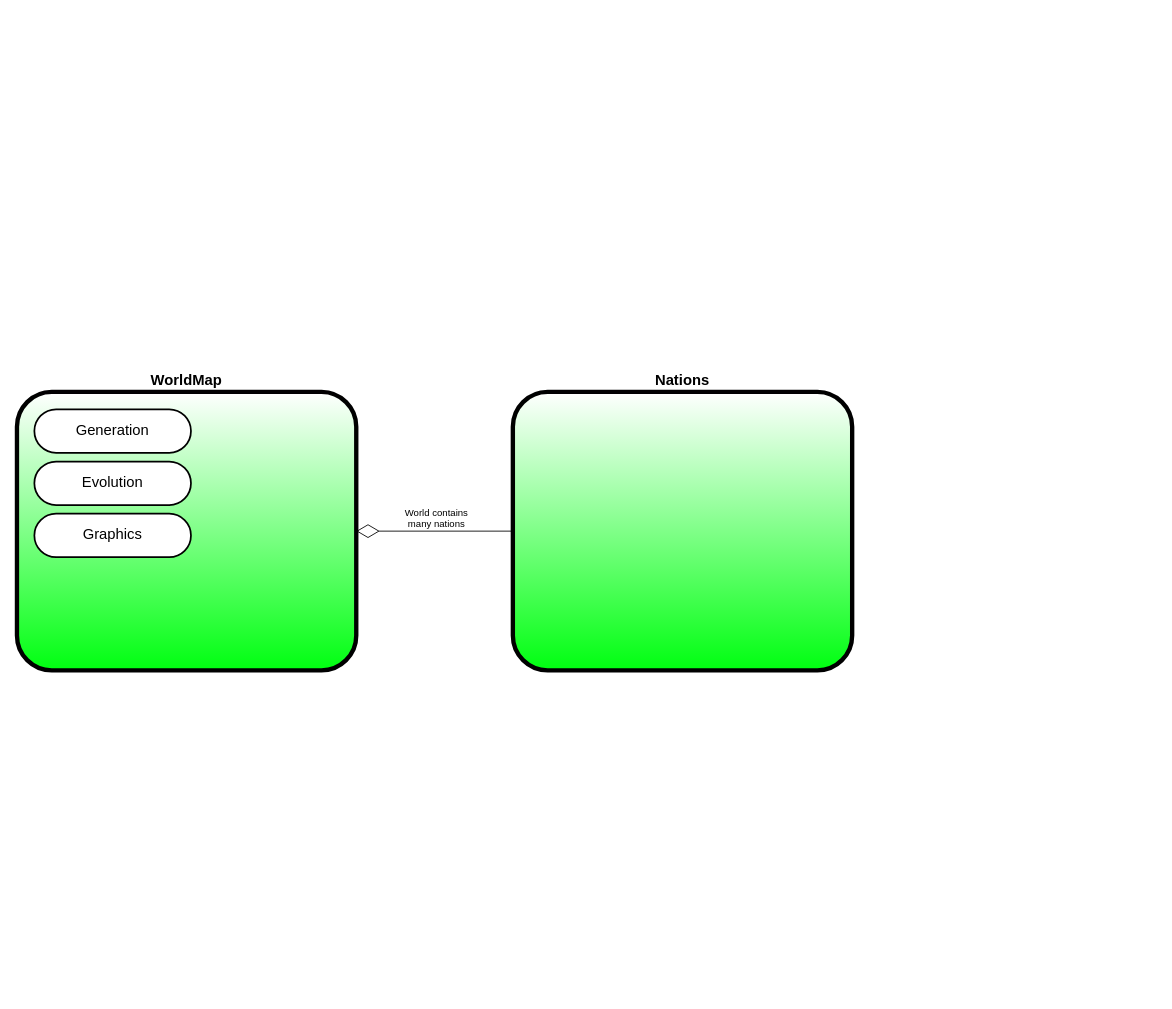
Above: Meta/WSP Design.drawio in BanditBloodwyn/WSP-Reboot (draw.io), before the change. Source tidied: cells renumbered, new cells numbered last; positions are measured from the earlier drawing's top-left corner, leaving out a move shared by most shapes. Both pictures are drawn from the tidied source at 87%, with x=0, y=0 at pixel (17, 392).
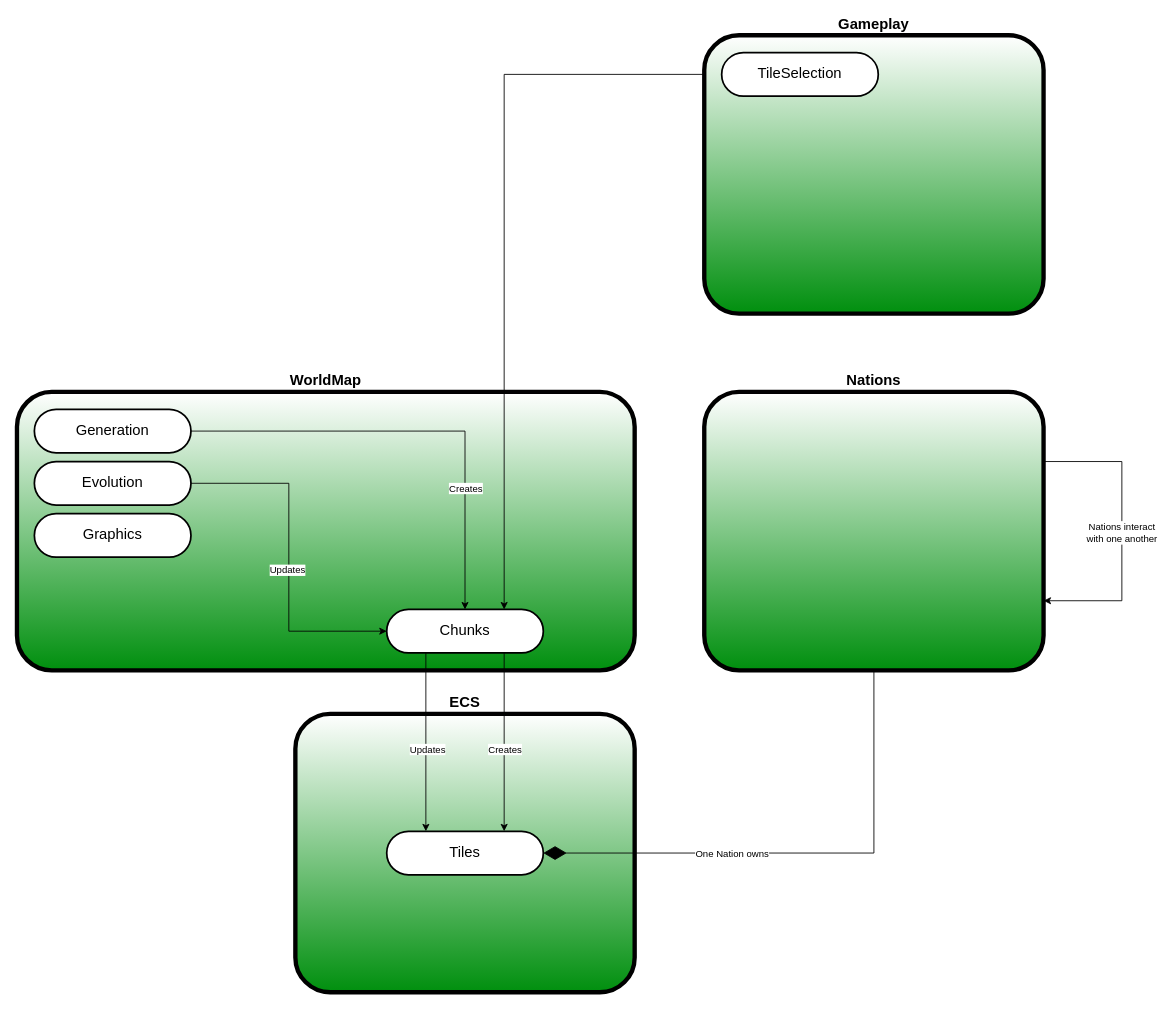
Above is the later version.

Unchanged cells that the change refers to:
```xml
<mxCell id="3" value="Generation" style="rounded=1;whiteSpace=wrap;html=1;absoluteArcSize=1;arcSize=180;strokeWidth=2;labelBackgroundColor=none;labelBorderColor=none;fontSize=17;" parent="1" vertex="1">
  <mxGeometry x="20" y="20" width="180" height="50" as="geometry" />
</mxCell>
<mxCell id="4" value="Evolution" style="rounded=1;whiteSpace=wrap;html=1;absoluteArcSize=1;arcSize=180;strokeWidth=2;labelBackgroundColor=none;labelBorderColor=none;fontSize=17;" parent="1" vertex="1">
  <mxGeometry x="20" y="80" width="180" height="50" as="geometry" />
</mxCell>
```

Change to the diagram source:
```diff
@@
-    <mxCell id="2" value="WorldMap" style="rounded=1;whiteSpace=wrap;html=1;absoluteArcSize=1;arcSize=80;strokeWidth=5;align=center;labelPosition=center;verticalLabelPosition=top;verticalAlign=bottom;labelBackgroundColor=none;labelBorderColor=none;horizontal=1;fontSize=17;fontStyle=1;gradientColor=#00FF11;fillColor=default;" parent="1" vertex="1">
-      <mxGeometry width="390" height="320" as="geometry" />
+    <mxCell id="2" value="WorldMap" style="rounded=1;whiteSpace=wrap;html=1;absoluteArcSize=1;arcSize=80;strokeWidth=5;align=center;labelPosition=center;verticalLabelPosition=top;verticalAlign=bottom;labelBackgroundColor=none;labelBorderColor=none;horizontal=1;fontSize=17;fontStyle=1;gradientColor=#008F0E;fillColor=default;" parent="1" vertex="1">
+      <mxGeometry width="710" height="320" as="geometry" />
     </mxCell>
+    <mxCell id="9" style="edgeStyle=orthogonalEdgeStyle;rounded=0;jettySize=auto;html=1;exitX=1;exitY=0.5;exitDx=0;exitDy=0;" parent="1" edge="1" source="3" target="13">
+      <mxGeometry relative="1" as="geometry" />
+    </mxCell>
+    <mxCell id="10" value="Creates" style="edgeLabel;html=1;align=center;verticalAlign=middle;labelBackgroundColor=default;" parent="9" vertex="1">
+      <mxGeometry x="0.65" y="1" relative="1" as="geometry">
+        <mxPoint x="-1" y="-49" as="offset" />
+      </mxGeometry>
+    </mxCell>
@@
+    <mxCell id="11" style="edgeStyle=orthogonalEdgeStyle;rounded=0;jettySize=auto;html=1;exitX=1;exitY=0.5;exitDx=0;exitDy=0;entryX=0;entryY=0.5;entryDx=0;entryDy=0;" parent="1" edge="1" source="4" target="13">
+      <mxGeometry relative="1" as="geometry" />
+    </mxCell>
+    <mxCell id="12" value="Updates" style="edgeLabel;html=1;align=center;verticalAlign=middle;" parent="11" vertex="1">
+      <mxGeometry x="0.17" y="-2" relative="1" as="geometry">
+        <mxPoint y="-19" as="offset" />
+      </mxGeometry>
+    </mxCell>
@@
-    <mxCell id="6" value="Nations" style="rounded=1;whiteSpace=wrap;html=1;absoluteArcSize=1;arcSize=80;strokeWidth=5;align=center;labelPosition=center;verticalLabelPosition=top;verticalAlign=bottom;labelBackgroundColor=none;labelBorderColor=none;horizontal=1;fontSize=17;fontStyle=1;gradientColor=#00FF11;fillColor=default;" parent="1" vertex="1">
-      <mxGeometry x="570" width="390" height="320" as="geometry" />
+    <mxCell id="6" value="Nations" style="rounded=1;whiteSpace=wrap;html=1;absoluteArcSize=1;arcSize=80;strokeWidth=5;align=center;labelPosition=center;verticalLabelPosition=top;verticalAlign=bottom;labelBackgroundColor=none;labelBorderColor=none;horizontal=1;fontSize=17;fontStyle=1;gradientColor=#008F0E;fillColor=default;" parent="1" vertex="1">
+      <mxGeometry x="790" width="390" height="320" as="geometry" />
     </mxCell>
-    <mxCell id="7" style="endArrow=diamondThin;endFill=0;endSize=24;html=1;rounded=0;" parent="1" edge="1" source="6" target="2">
-      <mxGeometry relative="1" as="geometry" />
-    </mxCell>
-    <mxCell id="8" value="World contains&lt;br&gt;many nations" style="edgeLabel;html=1;align=center;verticalAlign=bottom;" parent="7" vertex="1">
-      <mxGeometry x="-0.15" relative="1" as="geometry">
-        <mxPoint x="-12" as="offset" />
-      </mxGeometry>
-    </mxCell>
+    <mxCell id="13" value="Chunks" style="rounded=1;whiteSpace=wrap;html=1;absoluteArcSize=1;arcSize=180;strokeWidth=2;labelBackgroundColor=none;labelBorderColor=none;fontSize=17;" parent="1" vertex="1">
+      <mxGeometry x="425" y="250" width="180" height="50" as="geometry" />
+    </mxCell>
+    <mxCell id="14" style="group;fillColor=default;gradientColor=none;" parent="1" vertex="1">
+      <mxGeometry x="320" y="370" width="390" height="320" as="geometry" />
+    </mxCell>
+    <mxCell id="15" value="ECS" style="rounded=1;whiteSpace=wrap;html=1;absoluteArcSize=1;arcSize=80;strokeWidth=5;align=center;labelPosition=center;verticalLabelPosition=top;verticalAlign=bottom;labelBackgroundColor=none;labelBorderColor=none;horizontal=1;fontSize=17;fontStyle=1;gradientColor=#008F0E;fillColor=default;" parent="14" vertex="1">
+      <mxGeometry width="390" height="320" as="geometry" />
+    </mxCell>
+    <mxCell id="16" value="Tiles" style="rounded=1;whiteSpace=wrap;html=1;absoluteArcSize=1;arcSize=180;strokeWidth=2;labelBackgroundColor=none;labelBorderColor=none;fontSize=17;" parent="14" vertex="1">
+      <mxGeometry x="105" y="135" width="180" height="50" as="geometry" />
+    </mxCell>
+    <mxCell id="17" style="endArrow=diamondThin;endFill=1;endSize=24;html=1;rounded=0;entryX=1;entryY=0.5;entryDx=0;entryDy=0;exitX=0.5;exitY=1;exitDx=0;exitDy=0;" parent="1" edge="1" source="6" target="16">
+      <mxGeometry relative="1" as="geometry">
+        <Array as="points">
+          <mxPoint x="985" y="530" />
+        </Array>
+      </mxGeometry>
+    </mxCell>
+    <mxCell id="18" value="One Nation owns" style="edgeLabel;html=1;align=center;verticalAlign=middle;" parent="17" vertex="1">
+      <mxGeometry x="0.12" y="-1" relative="1" as="geometry">
+        <mxPoint x="-44" y="1" as="offset" />
+      </mxGeometry>
+    </mxCell>
+    <mxCell id="19" style="edgeStyle=orthogonalEdgeStyle;rounded=0;jettySize=auto;html=1;" parent="1" edge="1" target="16">
+      <mxGeometry relative="1" as="geometry">
+        <mxPoint x="560" y="300" as="sourcePoint" />
+        <Array as="points">
+          <mxPoint x="560" y="300" />
+        </Array>
+      </mxGeometry>
+    </mxCell>
+    <mxCell id="20" value="Creates" style="edgeLabel;html=1;align=center;verticalAlign=middle;" parent="19" vertex="1">
+      <mxGeometry x="0.16" y="-1" relative="1" as="geometry">
+        <mxPoint x="1" y="-9" as="offset" />
+      </mxGeometry>
+    </mxCell>
+    <mxCell id="21" style="edgeStyle=orthogonalEdgeStyle;rounded=0;orthogonalLoop=1;jettySize=auto;html=1;exitX=1;exitY=0.25;exitDx=0;exitDy=0;entryX=1;entryY=0.75;entryDx=0;entryDy=0;" parent="1" edge="1" source="6" target="6">
+      <mxGeometry relative="1" as="geometry">
+        <Array as="points">
+          <mxPoint x="1270" y="80" />
+          <mxPoint x="1270" y="240" />
+        </Array>
+      </mxGeometry>
+    </mxCell>
+    <mxCell id="22" value="Nations interact&lt;br&gt;with one another" style="edgeLabel;html=1;align=center;verticalAlign=middle;" parent="21" vertex="1">
+      <mxGeometry x="-0.1" y="-1" relative="1" as="geometry">
+        <mxPoint y="18" as="offset" />
+      </mxGeometry>
+    </mxCell>
+    <mxCell id="23" style="edgeStyle=orthogonalEdgeStyle;rounded=0;jettySize=auto;html=1;exitX=0.25;exitY=1;exitDx=0;exitDy=0;entryX=0.25;entryY=0;entryDx=0;entryDy=0;" parent="1" edge="1" source="13" target="16">
+      <mxGeometry relative="1" as="geometry" />
+    </mxCell>
+    <mxCell id="24" value="Updates" style="edgeLabel;html=1;align=center;verticalAlign=middle;" parent="23" vertex="1">
+      <mxGeometry x="0.11" y="1" relative="1" as="geometry">
+        <mxPoint y="-4" as="offset" />
+      </mxGeometry>
+    </mxCell>
+    <mxCell id="25" style="edgeStyle=orthogonalEdgeStyle;rounded=0;jettySize=auto;html=1;exitX=0;exitY=0.5;exitDx=0;exitDy=0;entryX=0.75;entryY=0;entryDx=0;entryDy=0;" parent="1" edge="1" source="27" target="13">
+      <mxGeometry relative="1" as="geometry" />
+    </mxCell>
+    <mxCell id="26" value="Gameplay" style="rounded=1;whiteSpace=wrap;html=1;absoluteArcSize=1;arcSize=80;strokeWidth=5;align=center;labelPosition=center;verticalLabelPosition=top;verticalAlign=bottom;labelBackgroundColor=none;labelBorderColor=none;horizontal=1;fontSize=17;fontStyle=1;gradientColor=#008F0E;fillColor=default;" parent="1" vertex="1">
+      <mxGeometry x="790" y="-410" width="390" height="320" as="geometry" />
+    </mxCell>
+    <mxCell id="27" value="TileSelection" style="rounded=1;whiteSpace=wrap;html=1;absoluteArcSize=1;arcSize=180;strokeWidth=2;labelBackgroundColor=none;labelBorderColor=none;fontSize=17;" parent="1" vertex="1">
+      <mxGeometry x="810" y="-390" width="180" height="50" as="geometry" />
+    </mxCell>
```
